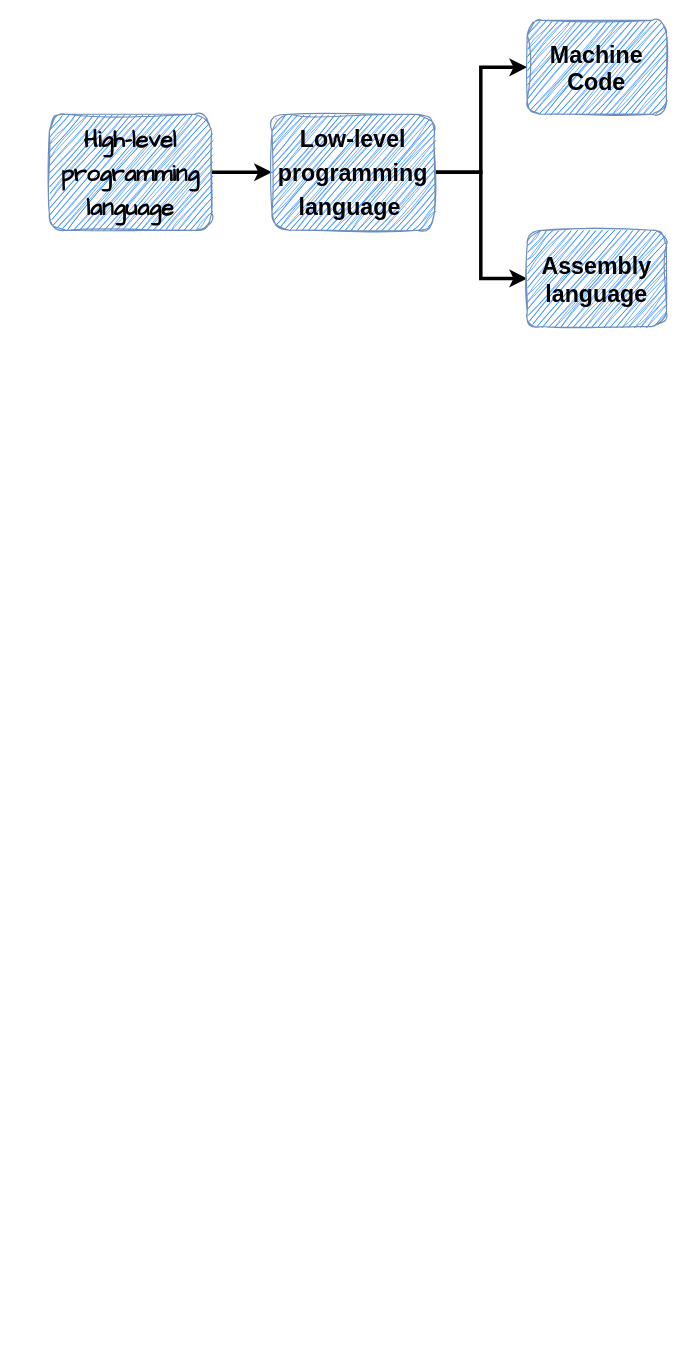
Above: Untitled Diagram.drawio in vaaast-lake/diagrams (draw.io), before the change. Source tidied: cells renumbered, new cells numbered last; positions are measured from the earlier drawing's top-left corner, leaving out a move shared by most shapes. Both pictures are drawn from the tidied source at 116%, with x=0, y=0 at pixel (49, 20).
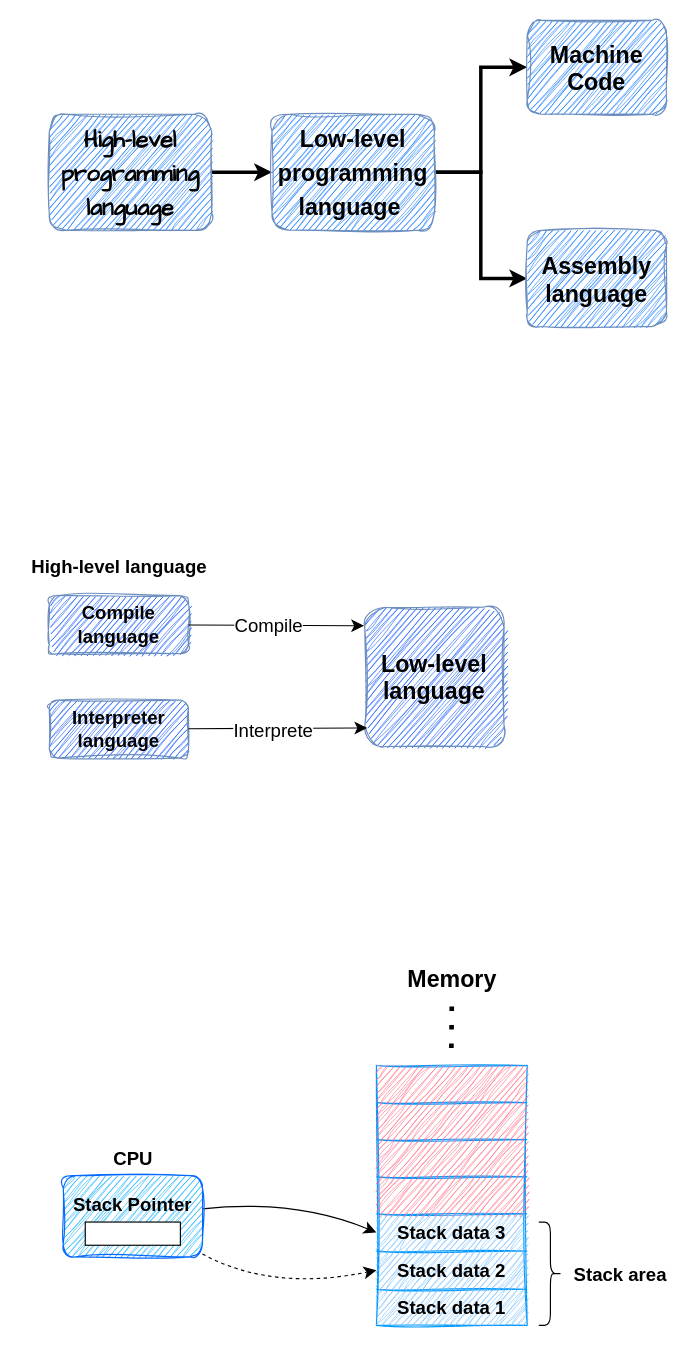
After the change.

Commit message:
stack pointer

Diff of the diagram source:
```diff
@@
+    <mxCell id="9" value="&lt;b&gt;Compile language&lt;/b&gt;" style="rounded=1;whiteSpace=wrap;html=1;fontSize=16;fillColor=#054FFC;strokeColor=#6c8ebf;fillStyle=hatch;gradientColor=none;sketch=1;curveFitting=1;jiggle=2;glass=0;shadow=0;" parent="1" vertex="1">
+      <mxGeometry y="496" width="120" height="50" as="geometry" />
+    </mxCell>
+    <mxCell id="10" value="&lt;b&gt;Interpreter language&lt;/b&gt;" style="rounded=1;whiteSpace=wrap;html=1;fontSize=16;fillColor=#054FFC;strokeColor=#6c8ebf;fillStyle=hatch;gradientColor=none;sketch=1;curveFitting=1;jiggle=2;glass=0;shadow=0;" parent="1" vertex="1">
+      <mxGeometry y="586" width="120" height="50" as="geometry" />
+    </mxCell>
+    <mxCell id="11" value="&lt;b&gt;&lt;font style=&quot;font-size: 20px;&quot;&gt;Low-level language&lt;/font&gt;&lt;/b&gt;" style="rounded=1;whiteSpace=wrap;html=1;fontSize=16;fillColor=#054FFC;strokeColor=#6c8ebf;fillStyle=hatch;gradientColor=none;sketch=1;curveFitting=1;jiggle=2;glass=0;shadow=0;" parent="1" vertex="1">
+      <mxGeometry x="272" y="506" width="120" height="120" as="geometry" />
+    </mxCell>
+    <mxCell id="12" style="edgeStyle=none;curved=1;rounded=0;jettySize=auto;html=1;entryX=-0.006;entryY=0.133;entryDx=0;entryDy=0;entryPerimeter=0;fontSize=12;startSize=8;endSize=8;" parent="1" edge="1" source="9" target="11">
+      <mxGeometry relative="1" as="geometry" />
+    </mxCell>
+    <mxCell id="13" value="Compile" style="edgeLabel;html=1;align=center;verticalAlign=middle;fontSize=16;" parent="12" vertex="1">
+      <mxGeometry x="-0.09" relative="1" as="geometry" />
+    </mxCell>
+    <mxCell id="14" style="edgeStyle=none;curved=1;rounded=0;jettySize=auto;html=1;entryX=0.017;entryY=0.867;entryDx=0;entryDy=0;entryPerimeter=0;fontSize=12;startSize=8;endSize=8;" parent="1" edge="1" source="10" target="11">
+      <mxGeometry relative="1" as="geometry" />
+    </mxCell>
+    <mxCell id="15" value="Interprete" style="edgeLabel;html=1;align=center;verticalAlign=middle;fontSize=16;" parent="14" vertex="1">
+      <mxGeometry x="-0.14" y="3" relative="1" as="geometry">
+        <mxPoint x="7" y="4" as="offset" />
+      </mxGeometry>
+    </mxCell>
+    <mxCell id="16" value="&lt;b&gt;High-level language&lt;/b&gt;" style="text;html=1;align=center;verticalAlign=middle;strokeColor=none;fillColor=none;fontSize=16;" parent="1" vertex="1">
+      <mxGeometry x="-25" y="456" width="170" height="30" as="geometry" />
+    </mxCell>
+    <mxCell id="17" style="edgeStyle=none;curved=1;rounded=0;jettySize=auto;html=1;fontSize=12;startSize=8;endSize=8;entryX=0;entryY=0.5;entryDx=0;entryDy=0;" parent="1" edge="1" source="39" target="28">
+      <mxGeometry relative="1" as="geometry">
+        <Array as="points">
+          <mxPoint x="212" y="1016" />
+        </Array>
+      </mxGeometry>
+    </mxCell>
+    <mxCell id="18" style="edgeStyle=none;curved=1;rounded=0;jettySize=auto;html=1;fontSize=12;startSize=8;endSize=8;dashed=1;entryX=0;entryY=0.5;entryDx=0;entryDy=0;" parent="1" edge="1" source="39" target="30">
+      <mxGeometry relative="1" as="geometry">
+        <Array as="points">
+          <mxPoint x="192" y="1096" />
+        </Array>
+      </mxGeometry>
+    </mxCell>
+    <mxCell id="19" style="shape=table;startSize=0;childLayout=tableLayout;fontSize=16;fillStyle=auto;rounded=1;sketch=1;curveFitting=1;jiggle=2;strokeColor=#0099FF;fillColor=none;" parent="1" vertex="1">
+      <mxGeometry x="282" y="901" width="130" height="224" as="geometry" />
+    </mxCell>
+    <mxCell id="20" style="shape=tableRow;horizontal=0;startSize=0;swimlaneHead=0;swimlaneBody=0;strokeColor=inherit;top=0;left=0;bottom=0;right=0;fillColor=none;fontSize=16;" parent="19" vertex="1">
+      <mxGeometry width="130" height="32" as="geometry" />
+    </mxCell>
+    <mxCell id="21" style="shape=partialRectangle;html=1;whiteSpace=wrap;strokeColor=inherit;overflow=hidden;fillColor=#FF6680;top=0;left=0;bottom=0;right=0;fontSize=16;fillStyle=hatch;sketch=1;curveFitting=1;jiggle=2;" parent="20" vertex="1">
+      <mxGeometry width="130" height="32" as="geometry" />
+    </mxCell>
+    <mxCell id="22" style="shape=tableRow;horizontal=0;startSize=0;swimlaneHead=0;swimlaneBody=0;strokeColor=inherit;top=0;left=0;bottom=0;right=0;fillColor=none;fontSize=16;" parent="19" vertex="1">
+      <mxGeometry y="32" width="130" height="32" as="geometry" />
+    </mxCell>
+    <mxCell id="23" style="shape=partialRectangle;html=1;whiteSpace=wrap;strokeColor=inherit;overflow=hidden;fillColor=#FF6680;top=0;left=0;bottom=0;right=0;fontSize=16;fillStyle=hatch;sketch=1;curveFitting=1;jiggle=2;" parent="22" vertex="1">
+      <mxGeometry width="130" height="32" as="geometry" />
+    </mxCell>
+    <mxCell id="24" style="shape=tableRow;horizontal=0;startSize=0;swimlaneHead=0;swimlaneBody=0;strokeColor=inherit;top=0;left=0;bottom=0;right=0;fillColor=none;fontSize=16;" parent="19" vertex="1">
+      <mxGeometry y="64" width="130" height="32" as="geometry" />
+    </mxCell>
+    <mxCell id="25" style="shape=partialRectangle;html=1;whiteSpace=wrap;strokeColor=inherit;overflow=hidden;fillColor=#FF6680;top=0;left=0;bottom=0;right=0;fontSize=16;fillStyle=hatch;sketch=1;curveFitting=1;jiggle=2;" parent="24" vertex="1">
+      <mxGeometry width="130" height="32" as="geometry" />
+    </mxCell>
+    <mxCell id="26" style="shape=tableRow;horizontal=0;startSize=0;swimlaneHead=0;swimlaneBody=0;strokeColor=inherit;top=0;left=0;bottom=0;right=0;fillColor=none;fontSize=16;" parent="19" vertex="1">
+      <mxGeometry y="96" width="130" height="32" as="geometry" />
+    </mxCell>
+    <mxCell id="27" style="shape=partialRectangle;html=1;whiteSpace=wrap;strokeColor=inherit;overflow=hidden;fillColor=#FF6680;top=0;left=0;bottom=0;right=0;fontSize=16;fillStyle=hatch;sketch=1;curveFitting=1;jiggle=2;" parent="26" vertex="1">
+      <mxGeometry width="130" height="32" as="geometry" />
+    </mxCell>
+    <mxCell id="28" style="shape=tableRow;horizontal=0;startSize=0;swimlaneHead=0;swimlaneBody=0;strokeColor=inherit;top=0;left=0;bottom=0;right=0;fillColor=none;points=[[0,0.5],[1,0.5]];portConstraint=eastwest;fontSize=16;" parent="19" vertex="1">
+      <mxGeometry y="128" width="130" height="32" as="geometry" />
+    </mxCell>
+    <mxCell id="29" value="&lt;b&gt;Stack data 3&lt;/b&gt;" style="shape=partialRectangle;html=1;whiteSpace=wrap;overflow=hidden;top=0;left=0;bottom=0;right=0;fontSize=16;fillColor=#6EBBFF;fillStyle=hachure;sketch=1;curveFitting=1;jiggle=2;" parent="28" vertex="1">
+      <mxGeometry width="130" height="32" as="geometry" />
+    </mxCell>
+    <mxCell id="30" style="shape=tableRow;horizontal=0;startSize=0;swimlaneHead=0;swimlaneBody=0;strokeColor=inherit;top=0;left=0;bottom=0;right=0;fillColor=none;points=[[0,0.5],[1,0.5]];portConstraint=eastwest;fontSize=16;" parent="19" vertex="1">
+      <mxGeometry y="160" width="130" height="33" as="geometry" />
+    </mxCell>
+    <mxCell id="31" value="&lt;span style=&quot;color: rgb(0, 0, 0); font-family: Helvetica; font-size: 16px; font-style: normal; font-variant-ligatures: normal; font-variant-caps: normal; letter-spacing: normal; orphans: 2; text-align: center; text-indent: 0px; text-transform: none; widows: 2; word-spacing: 0px; -webkit-text-stroke-width: 0px; text-decoration-thickness: initial; text-decoration-style: initial; text-decoration-color: initial; float: none; display: inline !important;&quot;&gt;&lt;b style=&quot;&quot;&gt;Stack data 2&lt;/b&gt;&lt;/span&gt;" style="shape=partialRectangle;html=1;whiteSpace=wrap;strokeColor=inherit;overflow=hidden;fillColor=#6EBBFF;top=0;left=0;bottom=0;right=0;fontSize=16;fillStyle=hatch;sketch=1;curveFitting=1;jiggle=2;" parent="30" vertex="1">
+      <mxGeometry width="130" height="33" as="geometry" />
+    </mxCell>
+    <mxCell id="32" style="shape=tableRow;horizontal=0;startSize=0;swimlaneHead=0;swimlaneBody=0;strokeColor=inherit;top=0;left=0;bottom=0;right=0;fillColor=none;fontSize=16;" parent="19" vertex="1">
+      <mxGeometry y="193" width="130" height="31" as="geometry" />
+    </mxCell>
+    <mxCell id="33" value="&lt;b&gt;Stack data 1&lt;/b&gt;" style="shape=partialRectangle;html=1;whiteSpace=wrap;strokeColor=inherit;overflow=hidden;fillColor=#6EBBFF;top=0;left=0;bottom=0;right=0;fontSize=16;fillStyle=hatch;sketch=1;curveFitting=1;jiggle=2;" parent="32" vertex="1">
+      <mxGeometry width="130" height="31" as="geometry" />
+    </mxCell>
+    <mxCell id="34" style="shape=curlyBracket;whiteSpace=wrap;html=1;rounded=1;flipH=1;labelPosition=right;verticalLabelPosition=middle;align=left;verticalAlign=middle;fontSize=16;" parent="1" vertex="1">
+      <mxGeometry x="422" y="1036" width="20" height="89" as="geometry" />
+    </mxCell>
+    <mxCell id="35" value="Stack area" style="text;html=1;align=center;verticalAlign=middle;strokeColor=none;fillColor=none;fontSize=16;fontStyle=1;" parent="1" vertex="1">
+      <mxGeometry x="442" y="1066" width="100" height="30" as="geometry" />
+    </mxCell>
+    <mxCell id="36" style="endArrow=none;dashed=1;html=1;dashPattern=1 3;strokeWidth=4;rounded=0;fontSize=15;curved=1;startSize=8;endSize=8;spacing=5;" parent="1" edge="1">
+      <mxGeometry relative="1" as="geometry">
+        <mxPoint x="346.6" y="886" as="sourcePoint" />
+        <mxPoint x="347" y="846" as="targetPoint" />
+      </mxGeometry>
+    </mxCell>
+    <mxCell id="37" value="&lt;b&gt;&lt;font style=&quot;font-size: 20px;&quot;&gt;Memory&lt;/font&gt;&lt;/b&gt;" style="text;html=1;align=center;verticalAlign=middle;strokeColor=none;fillColor=none;fontSize=16;" parent="1" vertex="1">
+      <mxGeometry x="297" y="806" width="100" height="40" as="geometry" />
+    </mxCell>
+    <mxCell id="38" style="group;" parent="1" vertex="1">
+      <mxGeometry x="12" y="966" width="120" height="100" as="geometry" />
+    </mxCell>
+    <mxCell id="39" value="&lt;b&gt;Stack Pointer&lt;br&gt;&lt;br&gt;&lt;/b&gt;" style="rounded=1;whiteSpace=wrap;html=1;fontSize=16;sketch=1;curveFitting=1;jiggle=2;fillStyle=hachure;strokeColor=#0569FF;fillColor=#05ACFF;" parent="38" vertex="1">
+      <mxGeometry y="30" width="120" height="70" as="geometry" />
+    </mxCell>
+    <mxCell id="40" style="rounded=0;whiteSpace=wrap;html=1;fontSize=16;" parent="38" vertex="1">
+      <mxGeometry x="19" y="70" width="82" height="20" as="geometry" />
+    </mxCell>
+    <mxCell id="41" value="&lt;b&gt;CPU&lt;/b&gt;" style="text;html=1;align=center;verticalAlign=middle;strokeColor=none;fillColor=none;fontSize=16;" parent="38" vertex="1">
+      <mxGeometry x="30" width="60" height="30" as="geometry" />
+    </mxCell>
```
